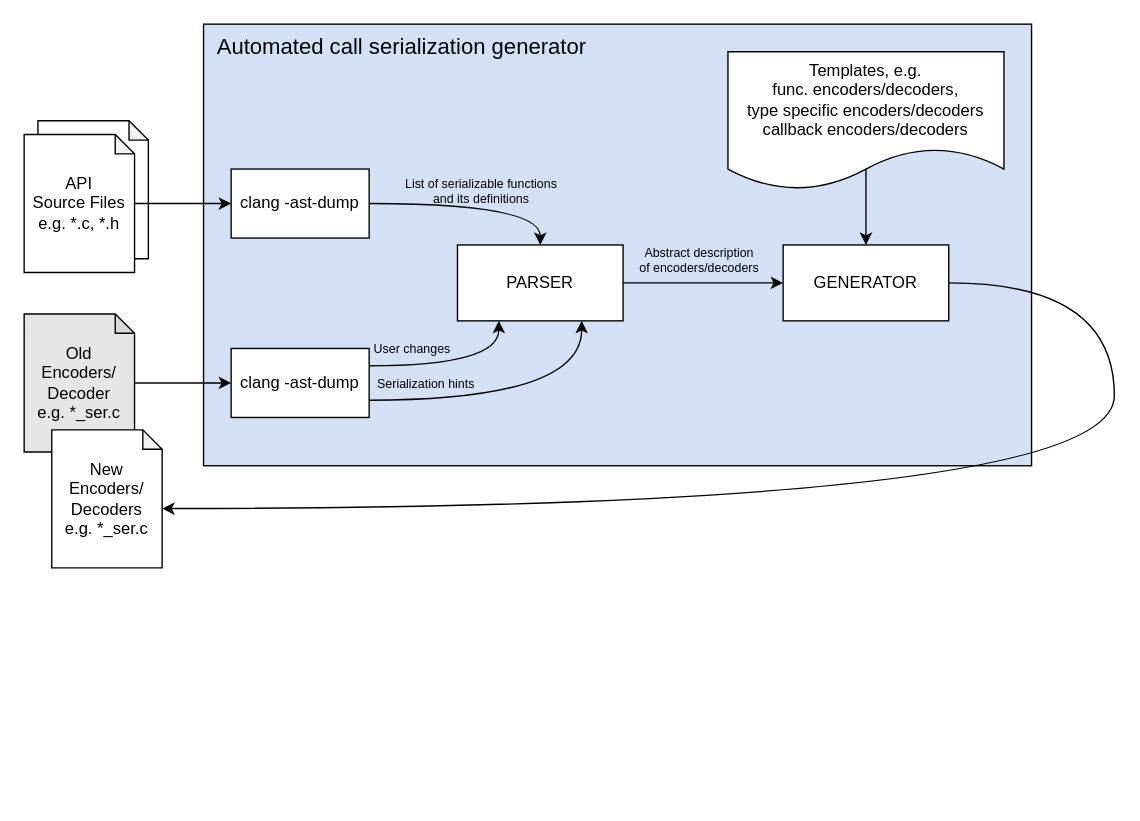
This is Untitled Diagram.drawio from doki-nordic/draw.io, a draw.io file, before an edit. Source tidied: cells renumbered, new cells numbered last; positions are measured from the earlier drawing's top-left corner, leaving out a move shared by most shapes. Both pictures are drawn from the tidied source at 138%, with x=0, y=0 at pixel (23, 23).
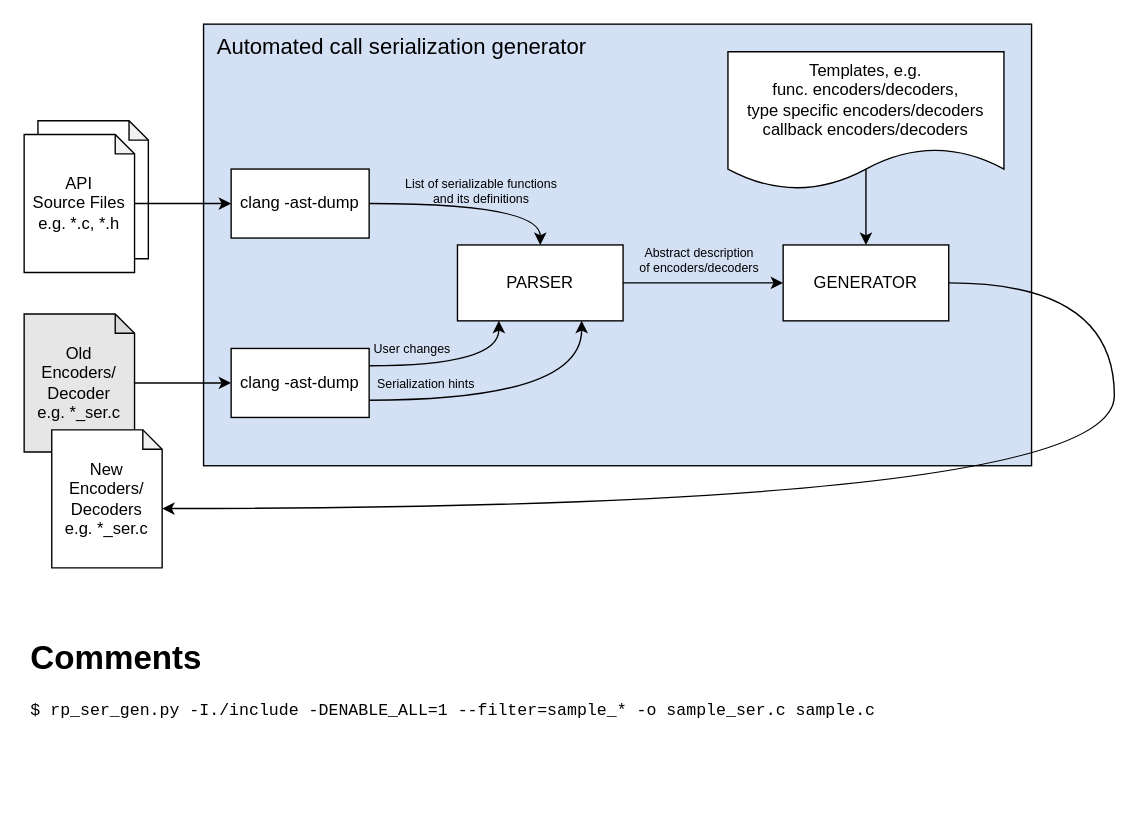
The same diagram, later.

Change to the diagram source:
```diff
@@
+    <mxCell id="24" value="&lt;h1&gt;Comments&lt;/h1&gt;&lt;pre&gt;$ rp_ser_gen.py -I./include -DENABLE_ALL=1 --filter=sample_* -o sample_ser.c sample.c&lt;/pre&gt;" style="text;html=1;strokeColor=none;fillColor=none;spacing=5;spacingTop=-20;whiteSpace=wrap;overflow=hidden;rounded=0;" parent="1" vertex="1">
+      <mxGeometry y="440" width="750" height="120" as="geometry" />
+    </mxCell>
```
